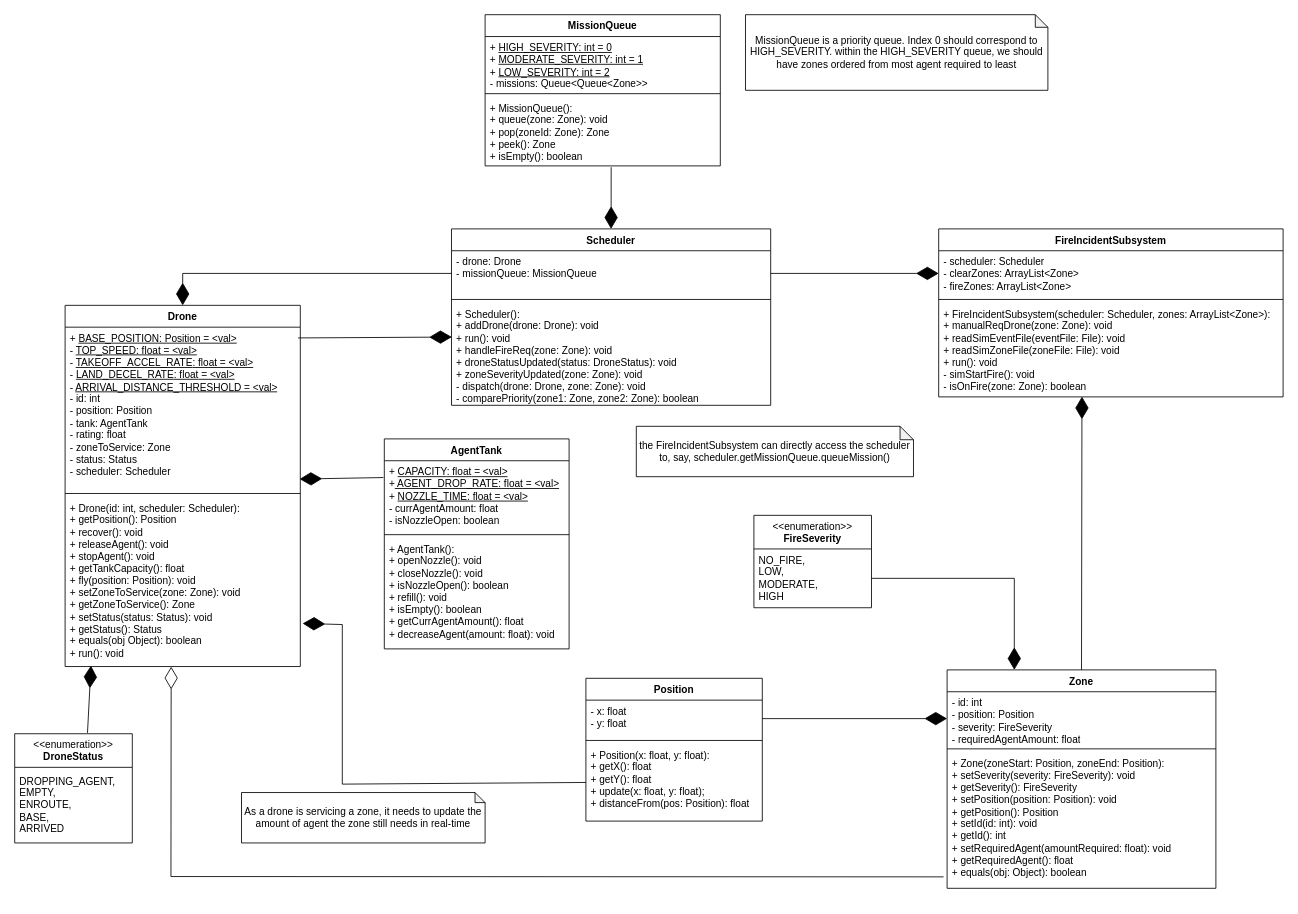
hubertdang/fire-drone-swarm keeps this draw.io diagram as docs/fire_drone_swarm_class.drawio. Above is the earlier version. Source tidied: cells renumbered, new cells numbered last; positions are measured from the earlier drawing's top-left corner, leaving out a move shared by most shapes. Both pictures are drawn from the tidied source at 84%, with x=0, y=0 at pixel (14, 14).
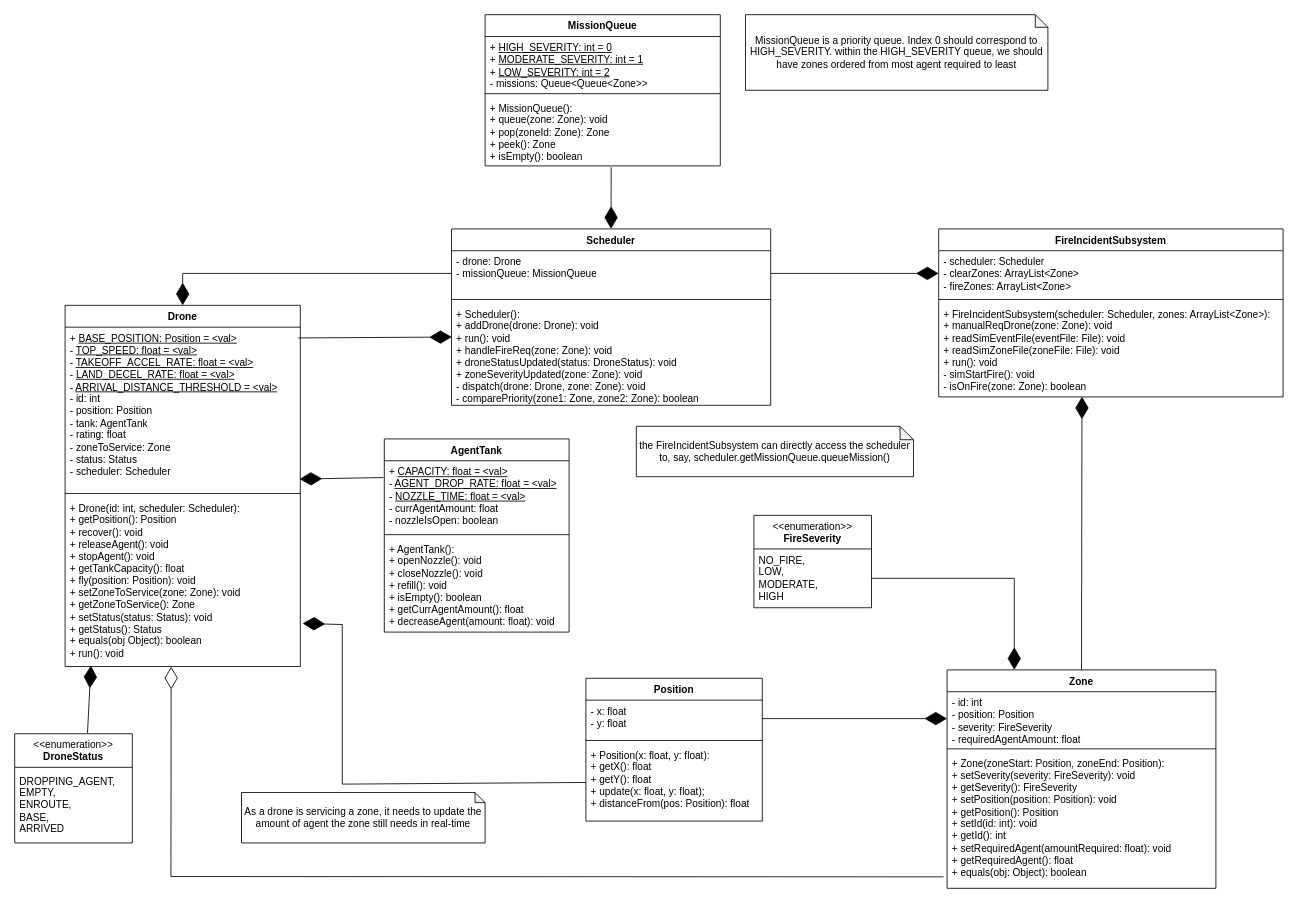
Above is the later version.

Commit message:
docs(uml): changed uml to be the same as master

What changed in the source:
```diff
@@
     <mxCell id="18" value="AgentTank" style="swimlane;fontStyle=1;align=center;verticalAlign=top;horizontal=1;startSize=26;whiteSpace=wrap;html=1;" parent="1" vertex="1">
-      <mxGeometry x="440" y="505" width="220" height="250" as="geometry" />
+      <mxGeometry x="440" y="505" width="220" height="230" as="geometry" />
     </mxCell>
-    <mxCell id="19" value="&lt;div&gt;+ &lt;u&gt;CAPACITY&lt;span style=&quot;color: light-dark(rgb(0, 0, 0), rgb(255, 255, 255)); background-color: transparent;&quot;&gt;: float&lt;/span&gt;&lt;span style=&quot;color: light-dark(rgb(0, 0, 0), rgb(255, 255, 255)); background-color: transparent;&quot;&gt;&amp;nbsp;= &amp;lt;val&amp;gt;&lt;/span&gt;&lt;/u&gt;&lt;br&gt;&lt;/div&gt;+&lt;u&gt; AGENT_DROP_RATE:&lt;span style=&quot;color: light-dark(rgb(0, 0, 0), rgb(255, 255, 255)); background-color: transparent;&quot;&gt;&amp;nbsp;float&lt;/span&gt;&lt;span style=&quot;color: light-dark(rgb(0, 0, 0), rgb(255, 255, 255)); background-color: transparent;&quot;&gt;&amp;nbsp;= &amp;lt;val&amp;gt;&lt;/span&gt;&lt;/u&gt;&lt;div&gt;+&amp;nbsp;&lt;u&gt;NOZZLE_TIME&lt;/u&gt;&lt;u style=&quot;color: light-dark(rgb(0, 0, 0), rgb(255, 255, 255)); background-color: transparent;&quot;&gt;: float&lt;/u&gt;&lt;u style=&quot;color: light-dark(rgb(0, 0, 0), rgb(255, 255, 255)); background-color: transparent;&quot;&gt;&amp;nbsp;= &amp;lt;val&amp;gt;&lt;/u&gt;&lt;u style=&quot;color: light-dark(rgb(0, 0, 0), rgb(255, 255, 255)); background-color: transparent;&quot;&gt;&lt;br&gt;&lt;/u&gt;&lt;/div&gt;&lt;div&gt;- currAgentAmount: float&lt;/div&gt;&lt;div&gt;- isNozzleOpen: boolean&lt;/div&gt;" style="text;strokeColor=none;fillColor=none;align=left;verticalAlign=top;spacingLeft=4;spacingRight=4;overflow=hidden;points=[[0,0.5],[1,0.5]];portConstraint=eastwest;whiteSpace=wrap;html=1;" parent="18" vertex="1">
+    <mxCell id="19" value="&lt;div&gt;+ &lt;u&gt;CAPACITY&lt;span style=&quot;color: light-dark(rgb(0, 0, 0), rgb(255, 255, 255)); background-color: transparent;&quot;&gt;: float&lt;/span&gt;&lt;span style=&quot;color: light-dark(rgb(0, 0, 0), rgb(255, 255, 255)); background-color: transparent;&quot;&gt;&amp;nbsp;= &amp;lt;val&amp;gt;&lt;/span&gt;&lt;/u&gt;&lt;br&gt;&lt;/div&gt;- &lt;u&gt;AGENT_DROP_RATE:&lt;span style=&quot;color: light-dark(rgb(0, 0, 0), rgb(255, 255, 255)); background-color: transparent;&quot;&gt;&amp;nbsp;float&lt;/span&gt;&lt;span style=&quot;color: light-dark(rgb(0, 0, 0), rgb(255, 255, 255)); background-color: transparent;&quot;&gt;&amp;nbsp;= &amp;lt;val&amp;gt;&lt;/span&gt;&lt;/u&gt;&lt;div&gt;-&amp;nbsp;&lt;u&gt;NOZZLE_TIME&lt;/u&gt;&lt;u style=&quot;color: light-dark(rgb(0, 0, 0), rgb(255, 255, 255)); background-color: transparent;&quot;&gt;: float&lt;/u&gt;&lt;u style=&quot;color: light-dark(rgb(0, 0, 0), rgb(255, 255, 255)); background-color: transparent;&quot;&gt;&amp;nbsp;= &amp;lt;val&amp;gt;&lt;/u&gt;&lt;u style=&quot;color: light-dark(rgb(0, 0, 0), rgb(255, 255, 255)); background-color: transparent;&quot;&gt;&lt;br&gt;&lt;/u&gt;&lt;/div&gt;&lt;div&gt;- currAgentAmount: float&lt;/div&gt;&lt;div&gt;- nozzleIsOpen: boolean&lt;/div&gt;" style="text;strokeColor=none;fillColor=none;align=left;verticalAlign=top;spacingLeft=4;spacingRight=4;overflow=hidden;points=[[0,0.5],[1,0.5]];portConstraint=eastwest;whiteSpace=wrap;html=1;" parent="18" vertex="1">
       <mxGeometry y="26" width="220" height="84" as="geometry" />
     </mxCell>
@@
-    <mxCell id="21" value="+ AgentTank():&lt;div&gt;+ openNozzle(): void&lt;/div&gt;&lt;div&gt;+ closeNozzle(): void&lt;/div&gt;&lt;div&gt;+ isNozzleOpen(): boolean&lt;/div&gt;&lt;div&gt;+ refill(): void&lt;/div&gt;&lt;div&gt;+ isEmpty(): boolean&lt;/div&gt;&lt;div&gt;+ getCurrAgentAmount(): float&lt;/div&gt;&lt;div&gt;+ decreaseAgent(amount: float): void&lt;/div&gt;" style="text;strokeColor=none;fillColor=none;align=left;verticalAlign=top;spacingLeft=4;spacingRight=4;overflow=hidden;whiteSpace=wrap;html=1;" parent="18" vertex="1">
-      <mxGeometry y="118" width="220" height="132" as="geometry" />
+    <mxCell id="21" value="+ AgentTank():&lt;div&gt;+ openNozzle(): void&lt;/div&gt;&lt;div&gt;+ closeNozzle(): void&lt;/div&gt;&lt;div&gt;+ refill(): void&lt;/div&gt;&lt;div&gt;+ isEmpty(): boolean&lt;/div&gt;&lt;div&gt;+ getCurrAgentAmount(): float&lt;/div&gt;&lt;div&gt;+ decreaseAgent(amount: float): void&lt;/div&gt;" style="text;strokeColor=none;fillColor=none;align=left;verticalAlign=top;spacingLeft=4;spacingRight=4;overflow=hidden;whiteSpace=wrap;html=1;" parent="18" vertex="1">
+      <mxGeometry y="118" width="220" height="112" as="geometry" />
     </mxCell>
```
